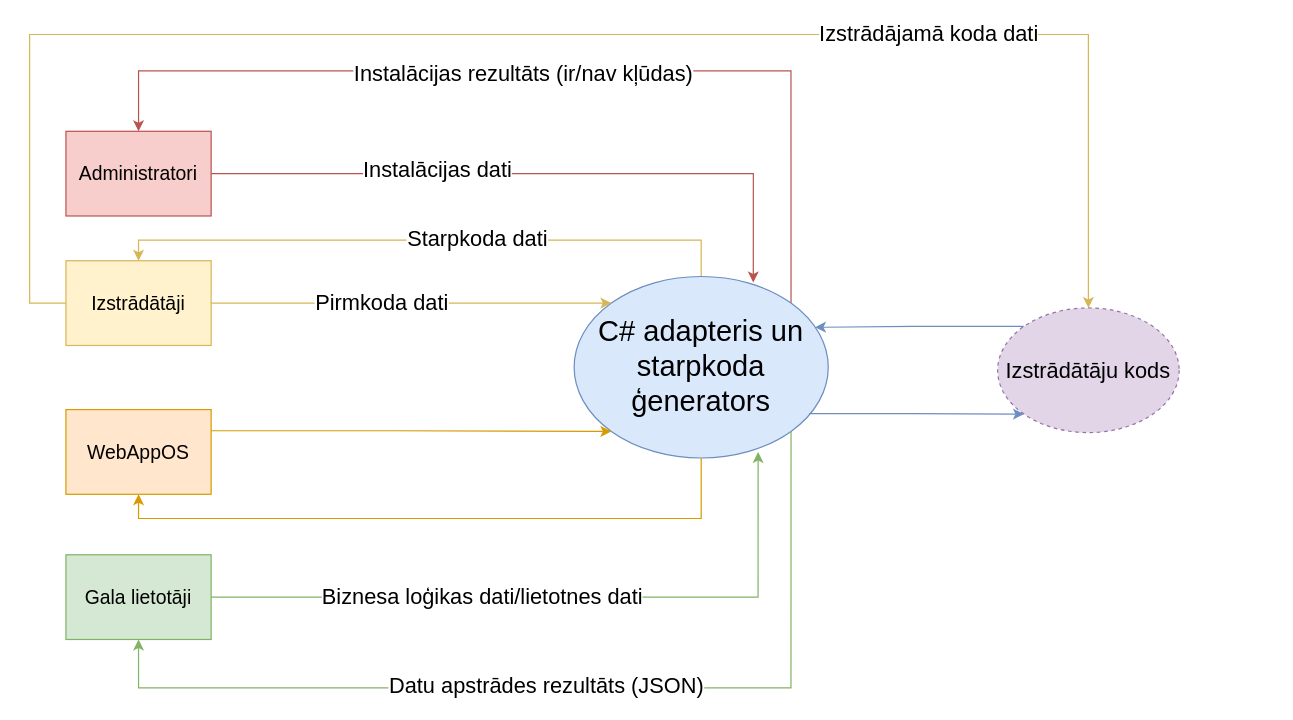
This is page "0. level" (1 of 9) of src/Kvalifikacijas darbs/Diagrammas/DPD.drawio from artiks12/webAppOS, a draw.io file, before an edit. Source tidied: cells renumbered, new cells numbered last; positions are measured from the earlier drawing's top-left corner, leaving out a move shared by most shapes. Both pictures are drawn from the tidied source at 121%, with x=0, y=0 at pixel (29, 34).
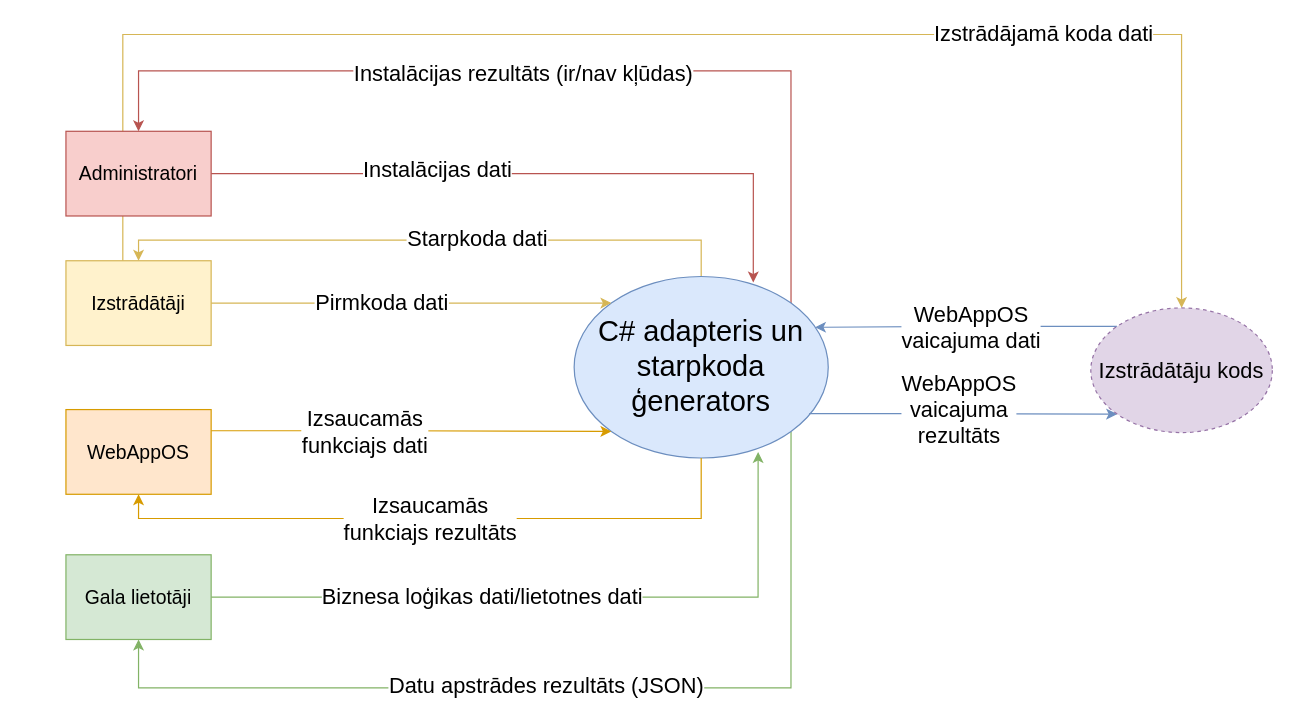
The same page after the edit.

The change refers to these unchanged cells:
```xml
<mxCell id="13" value="&lt;font size=&quot;3&quot;&gt;Izstrādātāji&lt;/font&gt;" style="rounded=0;whiteSpace=wrap;html=1;fillColor=#fff2cc;strokeColor=#d6b656;" parent="1" vertex="1">
  <mxGeometry x="30" y="187" width="120" height="70" as="geometry" />
</mxCell>
<mxCell id="20" style="edgeStyle=orthogonalEdgeStyle;rounded=0;jettySize=auto;html=1;exitX=0;exitY=0;exitDx=0;exitDy=0;entryX=0.948;entryY=0.28;entryDx=0;entryDy=0;entryPerimeter=0;fillColor=#dae8fc;strokeColor=#6c8ebf;" parent="1" edge="1" source="22" target="8">
  <mxGeometry relative="1" as="geometry" />
</mxCell>
<mxCell id="23" style="edgeStyle=orthogonalEdgeStyle;rounded=0;jettySize=auto;html=1;exitX=1;exitY=0.25;exitDx=0;exitDy=0;entryX=0;entryY=1;entryDx=0;entryDy=0;fillColor=#ffe6cc;strokeColor=#d79b00;" parent="1" edge="1" source="25" target="8">
  <mxGeometry relative="1" as="geometry" />
</mxCell>
```

Diff of the diagram source:
```diff
@@
     <mxCell id="11" style="edgeStyle=orthogonalEdgeStyle;rounded=0;jettySize=auto;html=1;entryX=0.5;entryY=0;entryDx=0;entryDy=0;fillColor=#fff2cc;strokeColor=#d6b656;" parent="1" edge="1" source="13" target="22">
       <mxGeometry relative="1" as="geometry">
         <Array as="points">
-          <mxPoint y="222" />
-          <mxPoint />
-          <mxPoint x="875" />
+          <mxPoint x="77" y="222" />
+          <mxPoint x="77" />
+          <mxPoint x="952" />
         </Array>
       </mxGeometry>
     </mxCell>
@@
+    <mxCell id="26" value="WebAppOS &lt;br&gt;vaicajuma dati" style="edgeLabel;html=1;align=center;verticalAlign=middle;fontSize=18;" parent="20" vertex="1">
+      <mxGeometry x="0.25" relative="1" as="geometry">
+        <mxPoint x="34" as="offset" />
+      </mxGeometry>
+    </mxCell>
@@
     <mxCell id="22" value="&lt;span style=&quot;font-size: 18px&quot;&gt;Izstrādātāju kods&lt;/span&gt;" style="ellipse;whiteSpace=wrap;html=1;fillColor=#e1d5e7;strokeColor=#9673a6;dashed=1;" parent="1" vertex="1">
-      <mxGeometry x="800" y="226" width="150" height="103" as="geometry" />
+      <mxGeometry x="877" y="226" width="150" height="103" as="geometry" />
     </mxCell>
@@
+    <mxCell id="27" value="&lt;font style=&quot;font-size: 18px&quot;&gt;Izsaucamās &lt;br&gt;funkciajs dati&lt;/font&gt;" style="edgeLabel;html=1;align=center;verticalAlign=middle;" parent="23" vertex="1">
+      <mxGeometry x="-0.24" y="-1" relative="1" as="geometry" />
+    </mxCell>
@@
+    <mxCell id="28" value="&lt;font style=&quot;font-size: 18px&quot;&gt;Izsaucamās &lt;br&gt;funkciajs rezultāts&lt;/font&gt;" style="edgeLabel;html=1;align=center;verticalAlign=middle;" parent="1" vertex="1">
+      <mxGeometry x="330" y="400" as="geometry" />
+    </mxCell>
+    <mxCell id="29" value="WebAppOS &lt;br&gt;vaicajuma&lt;br&gt;rezultāts" style="edgeLabel;html=1;align=center;verticalAlign=middle;fontSize=18;" parent="1" vertex="1">
+      <mxGeometry x="767" y="310" as="geometry" />
+    </mxCell>
```
